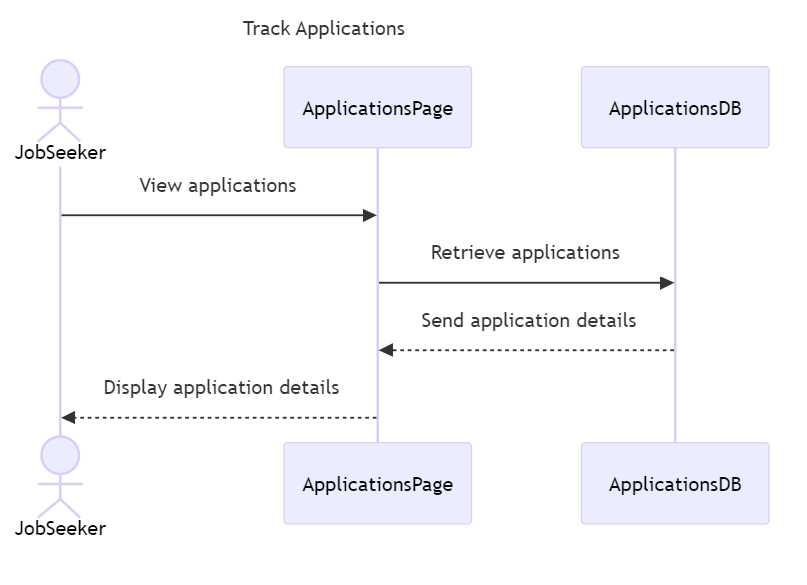
This is docs/all-diagrams-image-files/sequence-diagrams/track-applications.png from emd5953/NextStep, a PlantUML export, as it was before one commit. Its source is kept beside it as docs/all-diagrams-source-files/activity-diagrams/track-applications.puml.
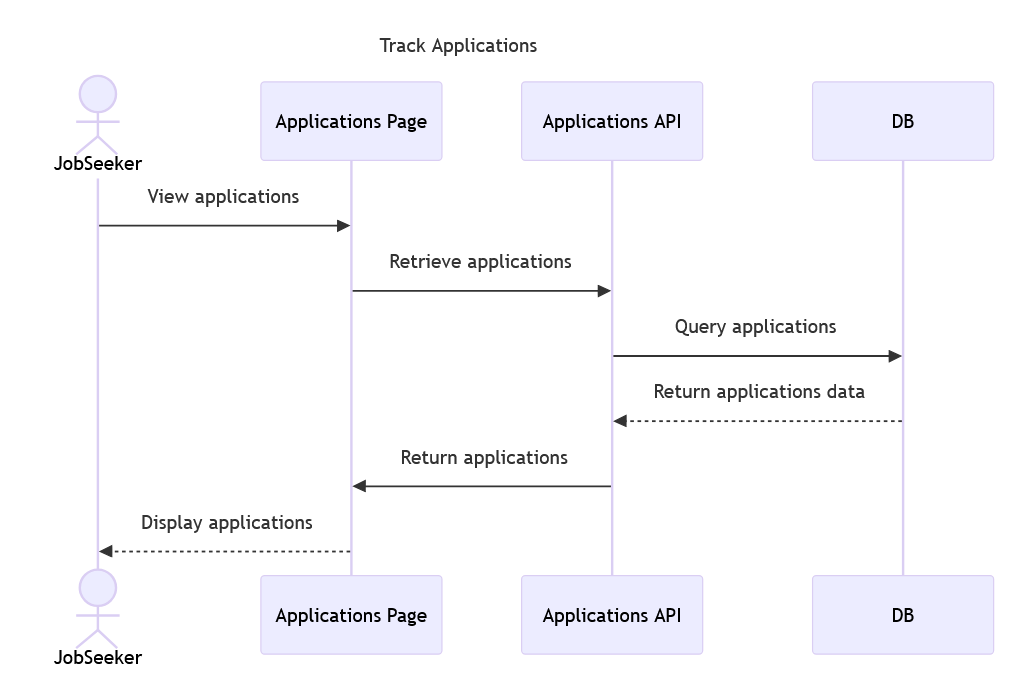
The same file after the commit.

The edit, as a diff of the source:
```diff
@@ -1,10 +1,11 @@
 @startuml Track Applications Activity Diagram
-title Track Applications Activity Diagram
+title Track Applications(Your Jobs) Activity Diagram
 
 start
 
-:Visit Track Applications Page;
-:Retrieve applications from ApplicationsDB;
+:Complete Sign-in;
+:Navigate to Your Jobs Page;
+:Retrieve applications from /applications;
 
 :Display application details;
 
```
